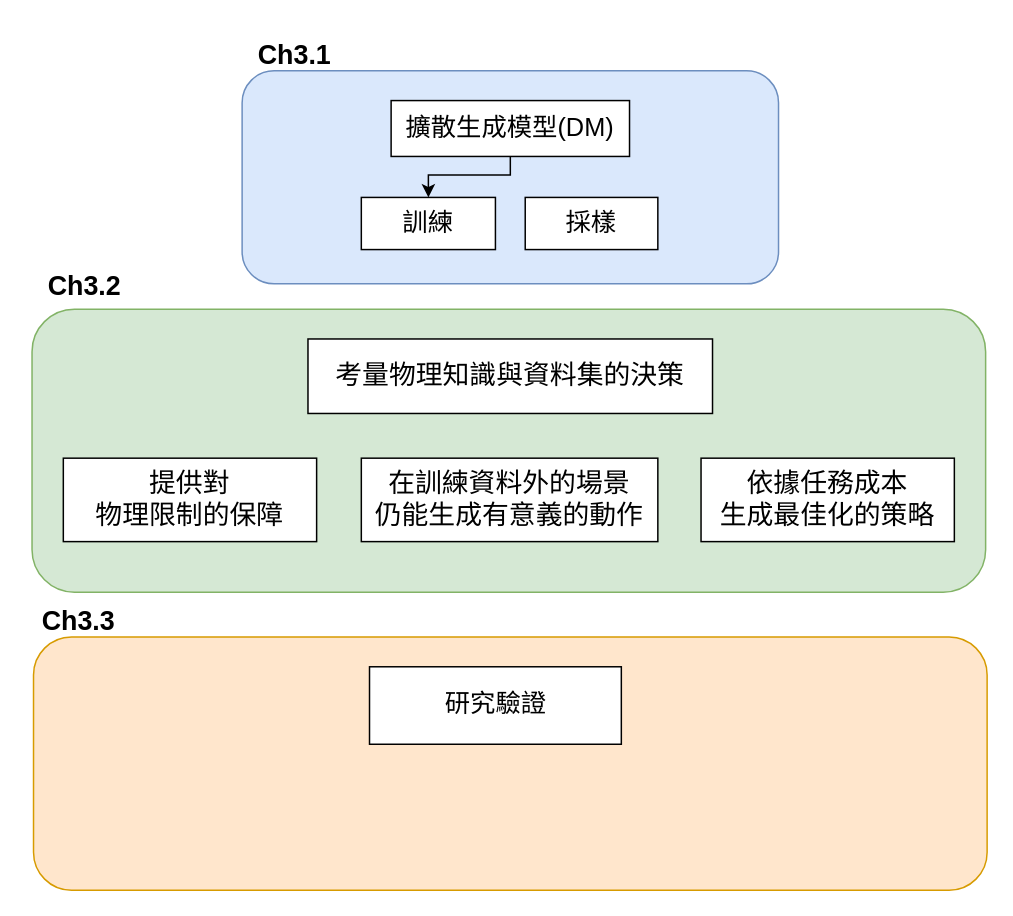
Before: Untitled Diagram.drawio in IanHuangYH/Paper_Submission_Chart, a draw.io diagram. Source tidied: cells renumbered, new cells numbered last; positions are measured from the earlier drawing's top-left corner, leaving out a move shared by most shapes. Both pictures are drawn from the tidied source at 149%, with x=0, y=0 at pixel (25, 25).
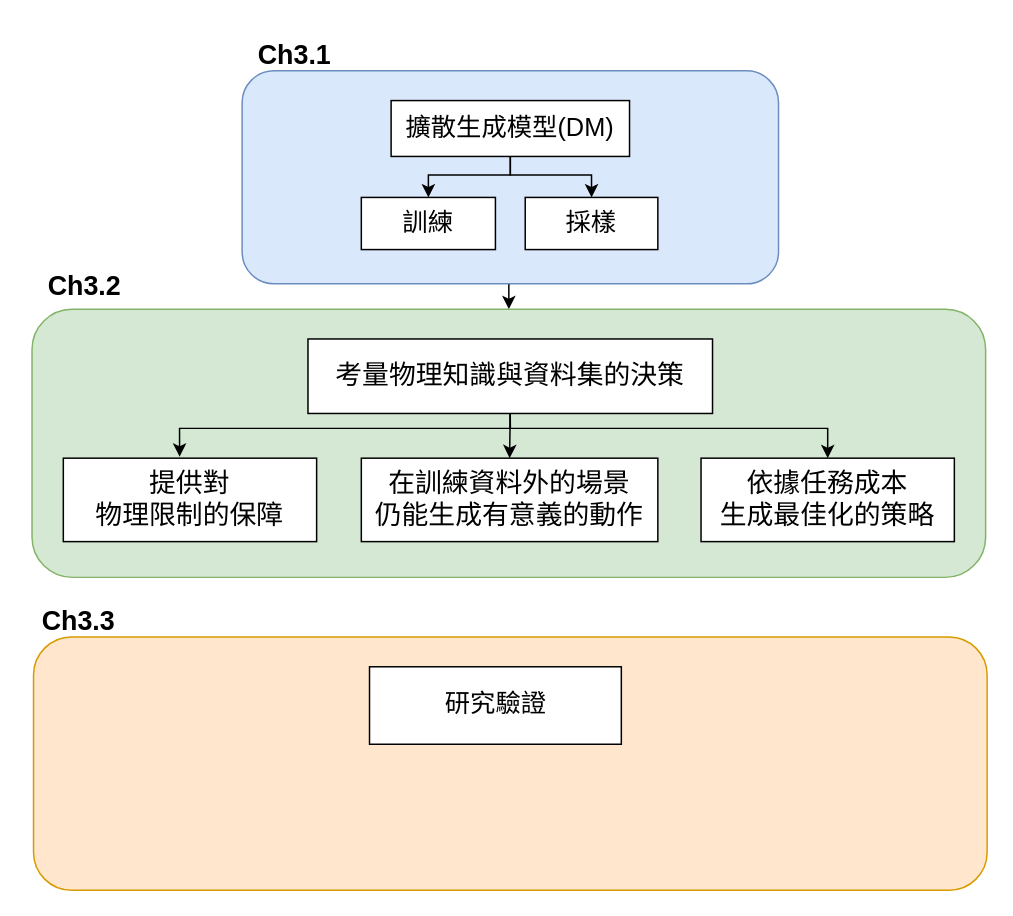
Above is the later version.

Unchanged cells that the change refers to:
```xml
<mxCell id="3" value="&lt;h3&gt;&lt;br&gt;&lt;/h3&gt;" style="rounded=1;whiteSpace=wrap;html=1;fillColor=#dae8fc;strokeColor=#6c8ebf;align=left;" parent="1" vertex="1">
  <mxGeometry x="145" y="30" width="360" height="143" as="geometry" />
</mxCell>
<mxCell id="5" value="&lt;span style=&quot;font-size: 17px;&quot;&gt;擴散生成模型(DM)&lt;/span&gt;" style="rounded=0;whiteSpace=wrap;html=1;" parent="1" vertex="1">
  <mxGeometry x="245" y="50" width="160" height="37.5" as="geometry" />
</mxCell>
<mxCell id="11" value="&lt;font style=&quot;font-size: 18px;&quot;&gt;提供對&lt;br&gt;物理限制的保障&lt;/font&gt;" style="rounded=0;whiteSpace=wrap;html=1;" parent="1" vertex="1">
  <mxGeometry x="25" y="290" width="170" height="56" as="geometry" />
</mxCell>
<mxCell id="12" value="&lt;span style=&quot;font-size: 18px;&quot;&gt;在訓練資料外的場景&lt;br&gt;仍能生成有意義的動作&lt;/span&gt;" style="rounded=0;whiteSpace=wrap;html=1;" parent="1" vertex="1">
  <mxGeometry x="225" y="290" width="199" height="56" as="geometry" />
</mxCell>
<mxCell id="13" value="&lt;span style=&quot;font-size: 18px;&quot;&gt;依據任務成本&lt;br&gt;生成最佳化的策略&lt;/span&gt;" style="rounded=0;whiteSpace=wrap;html=1;" parent="1" vertex="1">
  <mxGeometry x="453" y="290" width="170" height="56" as="geometry" />
</mxCell>
<mxCell id="14" value="&lt;span style=&quot;font-size: 18px;&quot;&gt;考量物理知識與資料集的決策&lt;/span&gt;" style="rounded=0;whiteSpace=wrap;html=1;" parent="1" vertex="1">
  <mxGeometry x="189.2" y="210" width="271.5" height="50" as="geometry" />
</mxCell>
<mxCell id="17" value="&lt;span style=&quot;font-size: 17px;&quot;&gt;採樣&lt;/span&gt;" style="rounded=0;whiteSpace=wrap;html=1;" parent="1" vertex="1">
  <mxGeometry x="335" y="115" width="89" height="35" as="geometry" />
</mxCell>
```

What changed in the source:
```diff
@@
+    <mxCell id="19" style="edgeStyle=orthogonalEdgeStyle;rounded=0;jettySize=auto;html=1;exitX=0.5;exitY=1;exitDx=0;exitDy=0;entryX=0.5;entryY=0;entryDx=0;entryDy=0;" parent="1" edge="1" source="3" target="10">
+      <mxGeometry relative="1" as="geometry" />
+    </mxCell>
@@
+    <mxCell id="20" style="edgeStyle=orthogonalEdgeStyle;rounded=0;jettySize=auto;html=1;exitX=0.5;exitY=1;exitDx=0;exitDy=0;entryX=0.5;entryY=0;entryDx=0;entryDy=0;" parent="1" edge="1" source="5" target="17">
+      <mxGeometry relative="1" as="geometry">
+        <Array as="points">
+          <mxPoint x="325" y="100" />
+          <mxPoint x="380" y="100" />
+        </Array>
+      </mxGeometry>
+    </mxCell>
@@
     <mxCell id="10" style="rounded=1;whiteSpace=wrap;html=1;shadow=0;fillColor=#d5e8d4;strokeColor=#82b366;" parent="1" vertex="1">
-      <mxGeometry x="4" y="190" width="640" height="190" as="geometry" />
+      <mxGeometry x="4" y="190" width="640" height="180" as="geometry" />
     </mxCell>
@@
+    <mxCell id="21" style="edgeStyle=orthogonalEdgeStyle;rounded=0;jettySize=auto;html=1;exitX=0.5;exitY=1;exitDx=0;exitDy=0;entryX=0.5;entryY=0;entryDx=0;entryDy=0;" parent="1" edge="1" source="14" target="13">
+      <mxGeometry relative="1" as="geometry">
+        <Array as="points">
+          <mxPoint x="325" y="270" />
+          <mxPoint x="538" y="270" />
+        </Array>
+      </mxGeometry>
+    </mxCell>
+    <mxCell id="22" style="edgeStyle=orthogonalEdgeStyle;rounded=0;jettySize=auto;html=1;exitX=0.5;exitY=1;exitDx=0;exitDy=0;entryX=0.5;entryY=0;entryDx=0;entryDy=0;" parent="1" edge="1" source="14" target="12">
+      <mxGeometry relative="1" as="geometry" />
+    </mxCell>
@@
+    <mxCell id="23" style="edgeStyle=orthogonalEdgeStyle;rounded=0;jettySize=auto;html=1;exitX=0.5;exitY=1;exitDx=0;exitDy=0;entryX=0.459;entryY=-0.018;entryDx=0;entryDy=0;entryPerimeter=0;" parent="1" edge="1" source="14" target="11">
+      <mxGeometry relative="1" as="geometry">
+        <Array as="points">
+          <mxPoint x="325" y="270" />
+          <mxPoint x="103" y="270" />
+        </Array>
+      </mxGeometry>
+    </mxCell>
```
